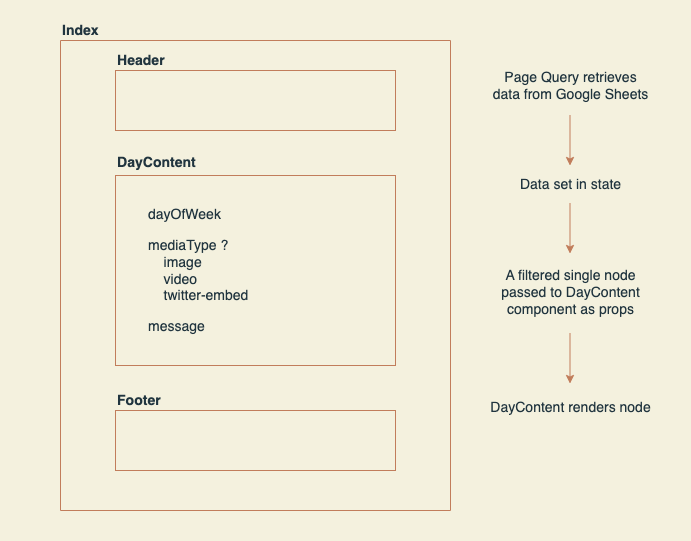
Above: static/umwhatdayisit.drawio.png in levibrooke/um-what-day-is-it (draw.io), before the change. Source tidied: cells renumbered, new cells last; positions are measured from the earlier drawing's top-left corner, leaving out a move shared by most shapes.
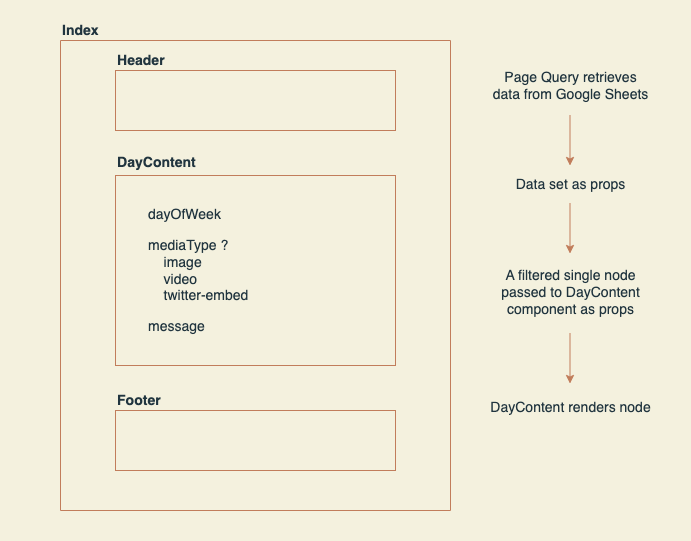
After the commit.

What changed in the source:
```diff
@@ -41,8 +41,8 @@
         <mxPoint x="569.5" y="165" as="targetPoint" />
       </mxGeometry>
     </mxCell>
-    <mxCell id="14" value="Data set in state" style="text;html=1;align=center;verticalAlign=middle;fillColor=none;strokeColor=none;rounded=0;shadow=0;glass=0;sketch=0;fontSize=14;fontColor=#21353F;" parent="1" vertex="1">
-      <mxGeometry x="510" y="169" width="120" height="30" as="geometry" />
+    <mxCell id="14" value="Data set as props" style="text;html=1;align=center;verticalAlign=middle;fillColor=none;strokeColor=none;rounded=0;shadow=0;glass=0;sketch=0;fontSize=14;fontColor=#21353F;" parent="1" vertex="1">
+      <mxGeometry x="505" y="169" width="130" height="30" as="geometry" />
     </mxCell>
     <mxCell id="15" style="endArrow=classic;html=1;fontSize=14;labelBackgroundColor=#F4F1DE;strokeColor=#C17D5B;fontColor=#393C56;" parent="1" edge="1">
       <mxGeometry relative="1" as="geometry">
```
